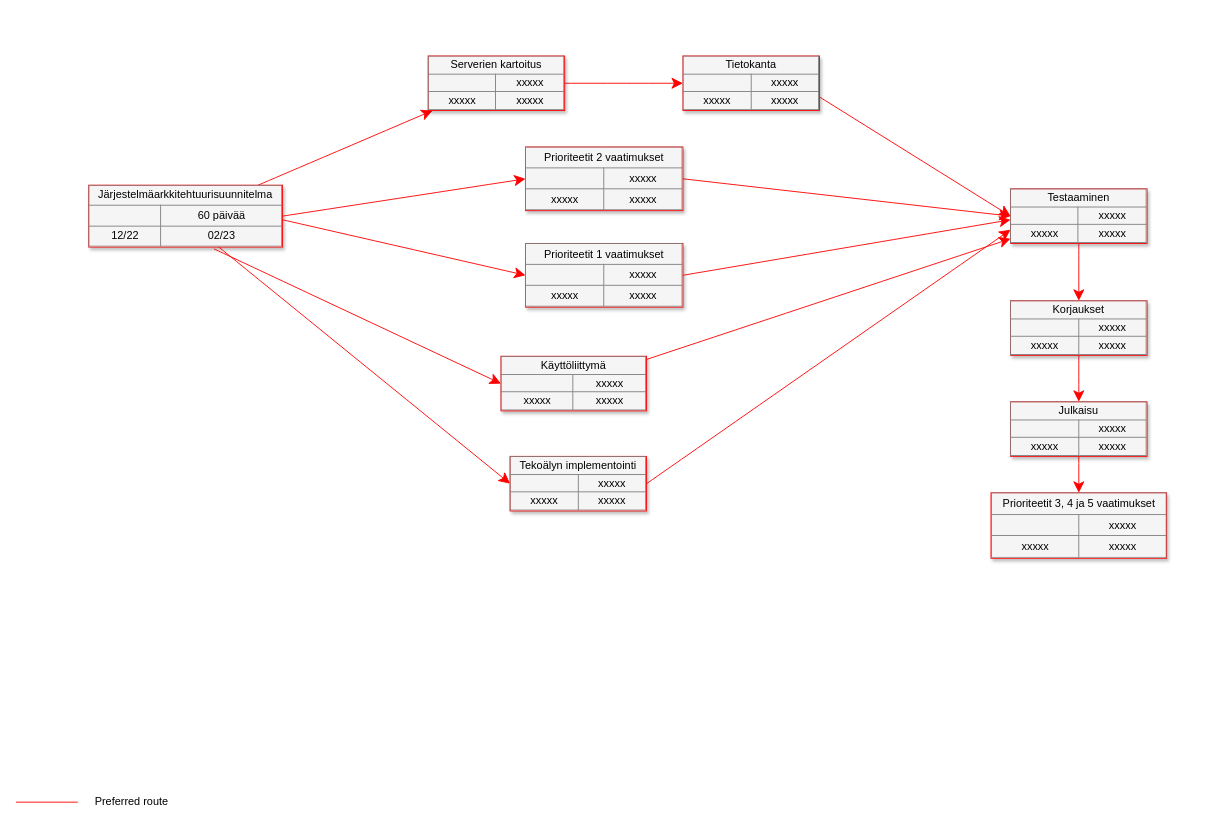
Above: UML/SW ENG course/precedence diagram.drawio in DeveloperLauri/UML-charts-draw.io (draw.io), before the change. Source tidied: cells renumbered, new cells numbered last; positions are measured from the earlier drawing's top-left corner, leaving out a move shared by most shapes. Both pictures are drawn from the tidied source at 91%, with x=0, y=0 at pixel (15, 56).
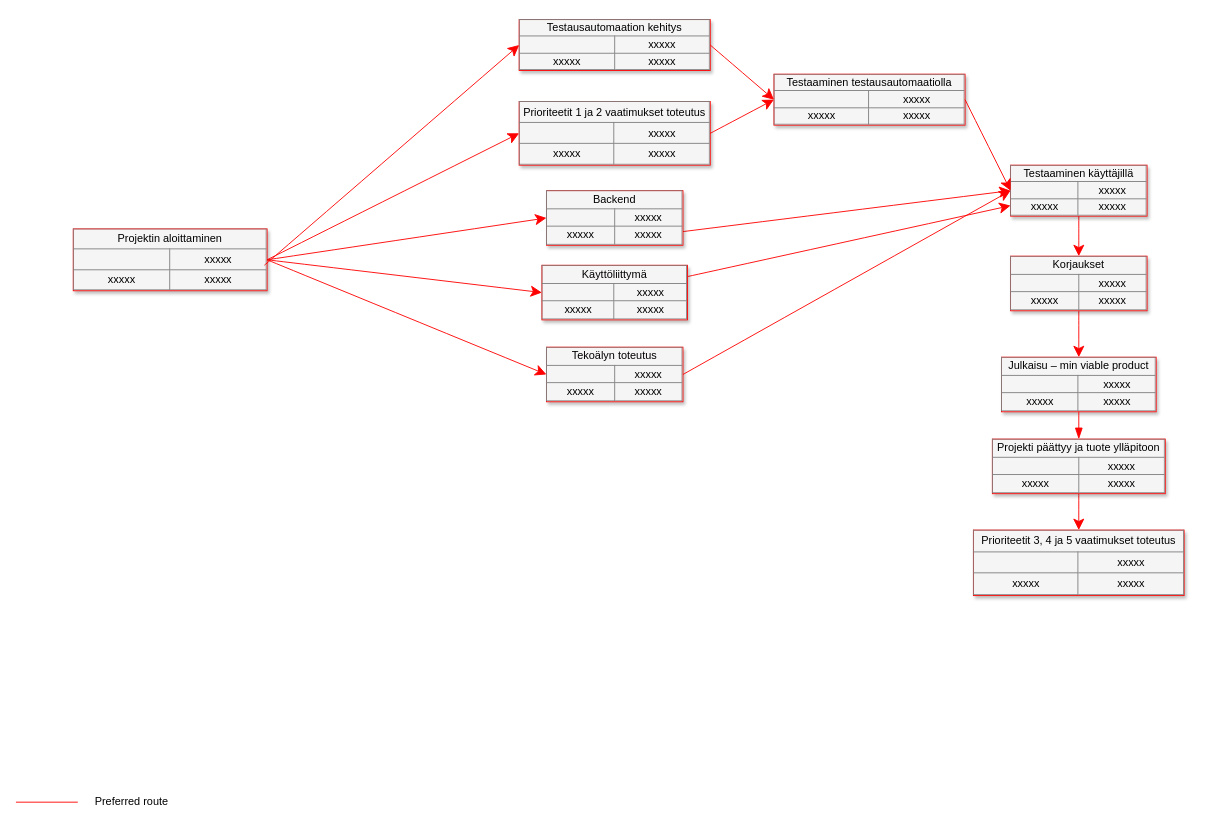
After the change.

What changed in the source:
```diff
@@
-    <mxCell id="2" style="edgeStyle=none;curved=1;html=1;startSize=10;endArrow=classic;endFill=1;endSize=10;strokeColor=#FF0000;strokeWidth=1;fontSize=12;" parent="1" edge="1" source="3" target="14">
+    <mxCell id="2" style="edgeStyle=none;curved=1;html=1;startSize=10;endArrow=classic;endFill=1;endSize=10;strokeColor=#FF0000;strokeWidth=1;fontSize=12;entryX=0;entryY=0.5;entryDx=0;entryDy=0;exitX=1;exitY=0.5;exitDx=0;exitDy=0;" parent="1" edge="1" source="3" target="12">
       <mxGeometry relative="1" as="geometry" />
     </mxCell>
-    <mxCell id="3" value="&lt;table border=&quot;1&quot; width=&quot;100%&quot; style=&quot;width: 100% ; height: 100% ; border-collapse: collapse&quot;&gt;&lt;tbody&gt;&lt;tr&gt;&lt;td colspan=&quot;2&quot; align=&quot;center&quot;&gt;Järjestelmäarkkitehtuurisuunnitelma&lt;/td&gt;&lt;/tr&gt;&lt;tr&gt;&lt;td align=&quot;center&quot;&gt;&lt;br&gt;&lt;/td&gt;&lt;td align=&quot;center&quot;&gt;&lt;font style=&quot;font-size: 12px;&quot;&gt;60 päivää&lt;/font&gt;&lt;/td&gt;&lt;/tr&gt;&lt;tr&gt;&lt;td align=&quot;center&quot;&gt;12/22&lt;/td&gt;&lt;td align=&quot;center&quot;&gt;02/23&lt;/td&gt;&lt;/tr&gt;&lt;/tbody&gt;&lt;/table&gt;" style="text;html=1;strokeColor=#FF0000;fillColor=#f5f5f5;overflow=fill;rounded=0;shadow=1;fontSize=12;align=center;" parent="1" vertex="1">
-      <mxGeometry x="80" y="142" width="213" height="68" as="geometry" />
+    <mxCell id="3" value="&lt;table border=&quot;1&quot; width=&quot;100%&quot; style=&quot;width: 100% ; height: 100% ; border-collapse: collapse&quot;&gt;&lt;tbody&gt;&lt;tr&gt;&lt;td colspan=&quot;2&quot; align=&quot;center&quot;&gt;Projektin aloittaminen&lt;/td&gt;&lt;/tr&gt;&lt;tr&gt;&lt;td align=&quot;center&quot;&gt;&lt;br&gt;&lt;/td&gt;&lt;td align=&quot;center&quot;&gt;xxxxx&lt;br&gt;&lt;/td&gt;&lt;/tr&gt;&lt;tr&gt;&lt;td align=&quot;center&quot;&gt;xxxxx&lt;br&gt;&lt;/td&gt;&lt;td align=&quot;center&quot;&gt;xxxxx&lt;br&gt;&lt;/td&gt;&lt;/tr&gt;&lt;/tbody&gt;&lt;/table&gt;" style="text;html=1;strokeColor=#FF0000;fillColor=#f5f5f5;overflow=fill;rounded=0;shadow=1;fontSize=12;align=center;" parent="1" vertex="1">
+      <mxGeometry x="63" y="190" width="213" height="68" as="geometry" />
     </mxCell>
-    <mxCell id="4" value="&lt;table border=&quot;1&quot; width=&quot;100%&quot; style=&quot;width: 100% ; height: 100% ; border-collapse: collapse&quot;&gt;&lt;tbody&gt;&lt;tr&gt;&lt;td colspan=&quot;2&quot; align=&quot;center&quot;&gt;Prioriteetit 3, 4 ja 5 vaatimukset&lt;/td&gt;&lt;/tr&gt;&lt;tr&gt;&lt;td align=&quot;center&quot;&gt;&lt;br&gt;&lt;/td&gt;&lt;td align=&quot;center&quot;&gt;xxxxx&lt;br&gt;&lt;/td&gt;&lt;/tr&gt;&lt;tr&gt;&lt;td align=&quot;center&quot;&gt;xxxxx&lt;br&gt;&lt;/td&gt;&lt;td align=&quot;center&quot;&gt;xxxxx&lt;br&gt;&lt;/td&gt;&lt;/tr&gt;&lt;/tbody&gt;&lt;/table&gt;" style="text;html=1;strokeColor=#FF0000;fillColor=#f5f5f5;overflow=fill;rounded=0;shadow=1;fontSize=12;align=center;" parent="1" vertex="1">
-      <mxGeometry x="1071.5" y="480" width="193" height="72" as="geometry" />
+    <mxCell id="4" value="&lt;table border=&quot;1&quot; width=&quot;100%&quot; style=&quot;width: 100% ; height: 100% ; border-collapse: collapse&quot;&gt;&lt;tbody&gt;&lt;tr&gt;&lt;td colspan=&quot;2&quot; align=&quot;center&quot;&gt;Prioriteetit 3, 4 ja 5 vaatimukset toteutus&lt;/td&gt;&lt;/tr&gt;&lt;tr&gt;&lt;td align=&quot;center&quot;&gt;&lt;br&gt;&lt;/td&gt;&lt;td align=&quot;center&quot;&gt;xxxxx&lt;br&gt;&lt;/td&gt;&lt;/tr&gt;&lt;tr&gt;&lt;td align=&quot;center&quot;&gt;xxxxx&lt;br&gt;&lt;/td&gt;&lt;td align=&quot;center&quot;&gt;xxxxx&lt;br&gt;&lt;/td&gt;&lt;/tr&gt;&lt;/tbody&gt;&lt;/table&gt;" style="text;html=1;strokeColor=#FF0000;fillColor=#f5f5f5;overflow=fill;rounded=0;shadow=1;fontSize=12;align=center;" parent="1" vertex="1">
+      <mxGeometry x="1052.2" y="521" width="231.5" height="72" as="geometry" />
     </mxCell>
-    <mxCell id="5" style="edgeStyle=none;curved=1;html=1;startSize=10;endArrow=classic;endFill=1;endSize=10;strokeColor=#FF0000;strokeWidth=1;fontSize=12;" parent="1" edge="1" source="6" target="4">
+    <mxCell id="5" style="edgeStyle=none;curved=1;html=1;startSize=10;endArrow=classic;endFill=1;endSize=10;strokeColor=#FF0000;strokeWidth=1;fontSize=12;startArrow=none;" parent="1" edge="1" source="30" target="4">
       <mxGeometry relative="1" as="geometry" />
     </mxCell>
-    <mxCell id="6" value="&lt;table border=&quot;1&quot; width=&quot;100%&quot; style=&quot;width: 100% ; height: 100% ; border-collapse: collapse&quot;&gt;&lt;tbody&gt;&lt;tr&gt;&lt;td colspan=&quot;2&quot; align=&quot;center&quot;&gt;Julkaisu&lt;/td&gt;&lt;/tr&gt;&lt;tr&gt;&lt;td align=&quot;center&quot;&gt;&lt;br&gt;&lt;/td&gt;&lt;td align=&quot;center&quot;&gt;xxxxx&lt;br&gt;&lt;/td&gt;&lt;/tr&gt;&lt;tr&gt;&lt;td align=&quot;center&quot;&gt;xxxxx&lt;br&gt;&lt;/td&gt;&lt;td align=&quot;center&quot;&gt;xxxxx&lt;br&gt;&lt;/td&gt;&lt;/tr&gt;&lt;/tbody&gt;&lt;/table&gt;" style="text;html=1;strokeColor=#FF0000;fillColor=#f5f5f5;overflow=fill;rounded=0;shadow=1;fontSize=12;align=center;" parent="1" vertex="1">
-      <mxGeometry x="1093" y="380" width="150" height="60" as="geometry" />
+    <mxCell id="6" value="&lt;table border=&quot;1&quot; width=&quot;100%&quot; style=&quot;width: 100% ; height: 100% ; border-collapse: collapse&quot;&gt;&lt;tbody&gt;&lt;tr&gt;&lt;td colspan=&quot;2&quot; align=&quot;center&quot;&gt;Julkaisu – min viable product&lt;/td&gt;&lt;/tr&gt;&lt;tr&gt;&lt;td align=&quot;center&quot;&gt;&lt;br&gt;&lt;/td&gt;&lt;td align=&quot;center&quot;&gt;xxxxx&lt;br&gt;&lt;/td&gt;&lt;/tr&gt;&lt;tr&gt;&lt;td align=&quot;center&quot;&gt;xxxxx&lt;br&gt;&lt;/td&gt;&lt;td align=&quot;center&quot;&gt;xxxxx&lt;br&gt;&lt;/td&gt;&lt;/tr&gt;&lt;/tbody&gt;&lt;/table&gt;" style="text;html=1;strokeColor=#FF0000;fillColor=#f5f5f5;overflow=fill;rounded=0;shadow=1;fontSize=12;align=center;" parent="1" vertex="1">
+      <mxGeometry x="1083" y="331" width="170" height="60" as="geometry" />
     </mxCell>
@@
     <mxCell id="8" value="&lt;table border=&quot;1&quot; width=&quot;100%&quot; style=&quot;width: 100% ; height: 100% ; border-collapse: collapse&quot;&gt;&lt;tbody&gt;&lt;tr&gt;&lt;td colspan=&quot;2&quot; align=&quot;center&quot;&gt;Korjaukset&lt;/td&gt;&lt;/tr&gt;&lt;tr&gt;&lt;td align=&quot;center&quot;&gt;&lt;br&gt;&lt;/td&gt;&lt;td align=&quot;center&quot;&gt;xxxxx&lt;br&gt;&lt;/td&gt;&lt;/tr&gt;&lt;tr&gt;&lt;td align=&quot;center&quot;&gt;xxxxx&lt;br&gt;&lt;/td&gt;&lt;td align=&quot;center&quot;&gt;xxxxx&lt;br&gt;&lt;/td&gt;&lt;/tr&gt;&lt;/tbody&gt;&lt;/table&gt;" style="text;html=1;strokeColor=#FF0000;fillColor=#f5f5f5;overflow=fill;rounded=0;shadow=1;fontSize=12;align=center;" parent="1" vertex="1">
-      <mxGeometry x="1093" y="269" width="150" height="60" as="geometry" />
+      <mxGeometry x="1093" y="220" width="150" height="60" as="geometry" />
     </mxCell>
@@
-    <mxCell id="10" value="&lt;table border=&quot;1&quot; width=&quot;100%&quot; style=&quot;width: 100% ; height: 100% ; border-collapse: collapse&quot;&gt;&lt;tbody&gt;&lt;tr&gt;&lt;td colspan=&quot;2&quot; align=&quot;center&quot;&gt;&lt;font style=&quot;font-size: 12px&quot;&gt;Testaaminen&lt;/font&gt;&lt;/td&gt;&lt;/tr&gt;&lt;tr&gt;&lt;td align=&quot;center&quot;&gt;&lt;br&gt;&lt;/td&gt;&lt;td align=&quot;center&quot;&gt;xxxxx&lt;br&gt;&lt;/td&gt;&lt;/tr&gt;&lt;tr&gt;&lt;td align=&quot;center&quot;&gt;xxxxx&lt;br&gt;&lt;/td&gt;&lt;td align=&quot;center&quot;&gt;xxxxx&lt;br&gt;&lt;/td&gt;&lt;/tr&gt;&lt;/tbody&gt;&lt;/table&gt;" style="text;html=1;strokeColor=#FF0000;fillColor=#f5f5f5;overflow=fill;rounded=0;shadow=1;fontSize=12;align=center;" parent="1" vertex="1">
-      <mxGeometry x="1093" y="146" width="150" height="60" as="geometry" />
+    <mxCell id="10" value="&lt;table border=&quot;1&quot; width=&quot;100%&quot; style=&quot;width: 100% ; height: 100% ; border-collapse: collapse&quot;&gt;&lt;tbody&gt;&lt;tr&gt;&lt;td colspan=&quot;2&quot; align=&quot;center&quot;&gt;&lt;font style=&quot;font-size: 12px&quot;&gt;Testaaminen käyttäjillä&lt;/font&gt;&lt;/td&gt;&lt;/tr&gt;&lt;tr&gt;&lt;td align=&quot;center&quot;&gt;&lt;br&gt;&lt;/td&gt;&lt;td align=&quot;center&quot;&gt;xxxxx&lt;br&gt;&lt;/td&gt;&lt;/tr&gt;&lt;tr&gt;&lt;td align=&quot;center&quot;&gt;xxxxx&lt;br&gt;&lt;/td&gt;&lt;td align=&quot;center&quot;&gt;xxxxx&lt;br&gt;&lt;/td&gt;&lt;/tr&gt;&lt;/tbody&gt;&lt;/table&gt;" style="text;html=1;strokeColor=#FF0000;fillColor=#f5f5f5;overflow=fill;rounded=0;shadow=1;fontSize=12;align=center;" parent="1" vertex="1">
+      <mxGeometry x="1093" y="120" width="150" height="56" as="geometry" />
     </mxCell>
@@
-    <mxCell id="12" value="&lt;table border=&quot;1&quot; width=&quot;100%&quot; style=&quot;width: 100% ; height: 100% ; border-collapse: collapse&quot;&gt;&lt;tbody&gt;&lt;tr&gt;&lt;td colspan=&quot;2&quot; align=&quot;center&quot;&gt;&lt;font style=&quot;font-size: 12px&quot;&gt;Tietokanta&lt;/font&gt;&lt;/td&gt;&lt;/tr&gt;&lt;tr&gt;&lt;td align=&quot;center&quot;&gt;&lt;br&gt;&lt;/td&gt;&lt;td align=&quot;center&quot;&gt;xxxxx&lt;br&gt;&lt;/td&gt;&lt;/tr&gt;&lt;tr&gt;&lt;td align=&quot;center&quot;&gt;xxxxx&lt;br&gt;&lt;/td&gt;&lt;td align=&quot;center&quot;&gt;xxxxx&lt;br&gt;&lt;/td&gt;&lt;/tr&gt;&lt;/tbody&gt;&lt;/table&gt;" style="text;html=1;strokeColor=#FF0000;fillColor=#f5f5f5;overflow=fill;rounded=0;shadow=1;fontSize=12;align=center;" parent="1" vertex="1">
-      <mxGeometry x="733" width="150" height="60" as="geometry" />
+    <mxCell id="12" value="&lt;table border=&quot;1&quot; width=&quot;100%&quot; style=&quot;width: 100% ; height: 100% ; border-collapse: collapse&quot;&gt;&lt;tbody&gt;&lt;tr&gt;&lt;td colspan=&quot;2&quot; align=&quot;center&quot;&gt;Backend&lt;/td&gt;&lt;/tr&gt;&lt;tr&gt;&lt;td align=&quot;center&quot;&gt;&lt;br&gt;&lt;/td&gt;&lt;td align=&quot;center&quot;&gt;xxxxx&lt;br&gt;&lt;/td&gt;&lt;/tr&gt;&lt;tr&gt;&lt;td align=&quot;center&quot;&gt;xxxxx&lt;br&gt;&lt;/td&gt;&lt;td align=&quot;center&quot;&gt;xxxxx&lt;br&gt;&lt;/td&gt;&lt;/tr&gt;&lt;/tbody&gt;&lt;/table&gt;" style="text;html=1;strokeColor=#FF0000;fillColor=#f5f5f5;overflow=fill;rounded=0;shadow=1;fontSize=12;align=center;" parent="1" vertex="1">
+      <mxGeometry x="583" y="148" width="150" height="60" as="geometry" />
     </mxCell>
-    <mxCell id="13" style="edgeStyle=none;curved=1;html=1;startSize=10;endArrow=classic;endFill=1;endSize=10;strokeColor=#FF0000;strokeWidth=1;fontSize=12;" parent="1" edge="1" source="14" target="12">
-      <mxGeometry relative="1" as="geometry" />
-    </mxCell>
-    <mxCell id="14" value="&lt;table border=&quot;1&quot; width=&quot;100%&quot; style=&quot;width: 100% ; height: 100% ; border-collapse: collapse&quot;&gt;&lt;tbody&gt;&lt;tr&gt;&lt;td colspan=&quot;2&quot; align=&quot;center&quot;&gt;Serverien kartoitus&lt;/td&gt;&lt;/tr&gt;&lt;tr&gt;&lt;td align=&quot;center&quot;&gt;&lt;br&gt;&lt;/td&gt;&lt;td align=&quot;center&quot;&gt;xxxxx&lt;br&gt;&lt;/td&gt;&lt;/tr&gt;&lt;tr&gt;&lt;td align=&quot;center&quot;&gt;xxxxx&lt;/td&gt;&lt;td align=&quot;center&quot;&gt;xxxxx&lt;br&gt;&lt;/td&gt;&lt;/tr&gt;&lt;/tbody&gt;&lt;/table&gt;" style="text;html=1;strokeColor=#FF0000;fillColor=#f5f5f5;overflow=fill;rounded=0;shadow=1;fontSize=12;align=center;" parent="1" vertex="1">
-      <mxGeometry x="453" width="150" height="60" as="geometry" />
-    </mxCell>
-    <mxCell id="15" value="&lt;table border=&quot;1&quot; width=&quot;100%&quot; style=&quot;width: 100% ; height: 100% ; border-collapse: collapse&quot;&gt;&lt;tbody&gt;&lt;tr&gt;&lt;td colspan=&quot;2&quot; align=&quot;center&quot;&gt;Prioriteetit 1 vaatimukset&lt;/td&gt;&lt;/tr&gt;&lt;tr&gt;&lt;td align=&quot;center&quot;&gt;&lt;br&gt;&lt;/td&gt;&lt;td align=&quot;center&quot;&gt;xxxxx&lt;br&gt;&lt;/td&gt;&lt;/tr&gt;&lt;tr&gt;&lt;td align=&quot;center&quot;&gt;xxxxx&lt;br&gt;&lt;/td&gt;&lt;td align=&quot;center&quot;&gt;xxxxx&lt;br&gt;&lt;/td&gt;&lt;/tr&gt;&lt;/tbody&gt;&lt;/table&gt;" style="text;html=1;strokeColor=#FF0000;fillColor=#f5f5f5;overflow=fill;rounded=0;shadow=1;fontSize=12;align=center;" parent="1" vertex="1">
-      <mxGeometry x="560" y="206" width="173" height="70" as="geometry" />
-    </mxCell>
@@
     <mxCell id="17" value="&lt;table border=&quot;1&quot; width=&quot;100%&quot; style=&quot;width: 100% ; height: 100% ; border-collapse: collapse&quot;&gt;&lt;tbody&gt;&lt;tr&gt;&lt;td colspan=&quot;2&quot; align=&quot;center&quot;&gt;Käyttöliittymä&lt;/td&gt;&lt;/tr&gt;&lt;tr&gt;&lt;td align=&quot;center&quot;&gt;&lt;br&gt;&lt;/td&gt;&lt;td align=&quot;center&quot;&gt;xxxxx&lt;br&gt;&lt;/td&gt;&lt;/tr&gt;&lt;tr&gt;&lt;td align=&quot;center&quot;&gt;xxxxx&lt;br&gt;&lt;/td&gt;&lt;td align=&quot;center&quot;&gt;xxxxx&lt;br&gt;&lt;/td&gt;&lt;/tr&gt;&lt;/tbody&gt;&lt;/table&gt;" style="text;html=1;strokeColor=#FF0000;fillColor=#f5f5f5;overflow=fill;rounded=0;shadow=1;fontSize=12;align=center;" parent="1" vertex="1">
-      <mxGeometry x="533" y="330" width="160" height="60" as="geometry" />
+      <mxGeometry x="578" y="230" width="160" height="60" as="geometry" />
     </mxCell>
@@
-    <mxCell id="20" style="edgeStyle=none;curved=1;html=1;startSize=10;endArrow=classic;endFill=1;endSize=10;strokeColor=#FF0000;strokeWidth=1;fontSize=12;entryX=0;entryY=0.5;entryDx=0;entryDy=0;exitX=0.646;exitY=1.029;exitDx=0;exitDy=0;exitPerimeter=0;" parent="1" edge="1" source="3" target="17">
+    <mxCell id="20" style="edgeStyle=none;curved=1;html=1;startSize=10;endArrow=classic;endFill=1;endSize=10;strokeColor=#FF0000;strokeWidth=1;fontSize=12;entryX=0;entryY=0.5;entryDx=0;entryDy=0;exitX=1;exitY=0.5;exitDx=0;exitDy=0;" parent="1" edge="1" source="3" target="17">
       <mxGeometry relative="1" as="geometry" />
     </mxCell>
-    <mxCell id="21" style="edgeStyle=none;curved=1;html=1;startSize=10;endArrow=classic;endFill=1;endSize=10;strokeColor=#FF0000;strokeWidth=1;fontSize=12;exitX=1;exitY=0.5;exitDx=0;exitDy=0;entryX=0;entryY=0.5;entryDx=0;entryDy=0;startArrow=none;" parent="1" edge="1" source="22" target="10">
-      <mxGeometry relative="1" as="geometry" />
-    </mxCell>
-    <mxCell id="22" value="&lt;table border=&quot;1&quot; width=&quot;100%&quot; style=&quot;width: 100% ; height: 100% ; border-collapse: collapse&quot;&gt;&lt;tbody&gt;&lt;tr&gt;&lt;td colspan=&quot;2&quot; align=&quot;center&quot;&gt;Prioriteetit 2 vaatimukset&lt;/td&gt;&lt;/tr&gt;&lt;tr&gt;&lt;td align=&quot;center&quot;&gt;&lt;br&gt;&lt;/td&gt;&lt;td align=&quot;center&quot;&gt;xxxxx&lt;br&gt;&lt;/td&gt;&lt;/tr&gt;&lt;tr&gt;&lt;td align=&quot;center&quot;&gt;xxxxx&lt;br&gt;&lt;/td&gt;&lt;td align=&quot;center&quot;&gt;xxxxx&lt;br&gt;&lt;/td&gt;&lt;/tr&gt;&lt;/tbody&gt;&lt;/table&gt;" style="text;html=1;strokeColor=#FF0000;fillColor=#f5f5f5;overflow=fill;rounded=0;shadow=1;fontSize=12;align=center;" parent="1" vertex="1">
-      <mxGeometry x="560" y="100" width="173" height="70" as="geometry" />
+    <mxCell id="22" value="&lt;table border=&quot;1&quot; width=&quot;100%&quot; style=&quot;width: 100% ; height: 100% ; border-collapse: collapse&quot;&gt;&lt;tbody&gt;&lt;tr&gt;&lt;td colspan=&quot;2&quot; align=&quot;center&quot;&gt;Prioriteetit 1 ja 2 vaatimukset toteutus&lt;/td&gt;&lt;/tr&gt;&lt;tr&gt;&lt;td align=&quot;center&quot;&gt;&lt;br&gt;&lt;/td&gt;&lt;td align=&quot;center&quot;&gt;xxxxx&lt;br&gt;&lt;/td&gt;&lt;/tr&gt;&lt;tr&gt;&lt;td align=&quot;center&quot;&gt;xxxxx&lt;br&gt;&lt;/td&gt;&lt;td align=&quot;center&quot;&gt;xxxxx&lt;br&gt;&lt;/td&gt;&lt;/tr&gt;&lt;/tbody&gt;&lt;/table&gt;" style="text;html=1;strokeColor=#FF0000;fillColor=#f5f5f5;overflow=fill;rounded=0;shadow=1;fontSize=12;align=center;" parent="1" vertex="1">
+      <mxGeometry x="553" y="50" width="210" height="70" as="geometry" />
     </mxCell>
-    <mxCell id="23" value="&lt;table border=&quot;1&quot; width=&quot;100%&quot; style=&quot;width: 100% ; height: 100% ; border-collapse: collapse&quot;&gt;&lt;tbody&gt;&lt;tr&gt;&lt;td colspan=&quot;2&quot; align=&quot;center&quot;&gt;Tekoälyn implementointi&lt;/td&gt;&lt;/tr&gt;&lt;tr&gt;&lt;td align=&quot;center&quot;&gt;&lt;br&gt;&lt;/td&gt;&lt;td align=&quot;center&quot;&gt;xxxxx&lt;br&gt;&lt;/td&gt;&lt;/tr&gt;&lt;tr&gt;&lt;td align=&quot;center&quot;&gt;xxxxx&lt;br&gt;&lt;/td&gt;&lt;td align=&quot;center&quot;&gt;xxxxx&lt;br&gt;&lt;/td&gt;&lt;/tr&gt;&lt;/tbody&gt;&lt;/table&gt;" style="text;html=1;strokeColor=#FF0000;fillColor=#f5f5f5;overflow=fill;rounded=0;shadow=1;fontSize=12;align=center;" parent="1" vertex="1">
-      <mxGeometry x="543" y="440" width="150" height="60" as="geometry" />
+    <mxCell id="23" value="&lt;table border=&quot;1&quot; width=&quot;100%&quot; style=&quot;width: 100% ; height: 100% ; border-collapse: collapse&quot;&gt;&lt;tbody&gt;&lt;tr&gt;&lt;td colspan=&quot;2&quot; align=&quot;center&quot;&gt;Tekoälyn toteutus&lt;/td&gt;&lt;/tr&gt;&lt;tr&gt;&lt;td align=&quot;center&quot;&gt;&lt;br&gt;&lt;/td&gt;&lt;td align=&quot;center&quot;&gt;xxxxx&lt;br&gt;&lt;/td&gt;&lt;/tr&gt;&lt;tr&gt;&lt;td align=&quot;center&quot;&gt;xxxxx&lt;br&gt;&lt;/td&gt;&lt;td align=&quot;center&quot;&gt;xxxxx&lt;br&gt;&lt;/td&gt;&lt;/tr&gt;&lt;/tbody&gt;&lt;/table&gt;" style="text;html=1;strokeColor=#FF0000;fillColor=#f5f5f5;overflow=fill;rounded=0;shadow=1;fontSize=12;align=center;" parent="1" vertex="1">
+      <mxGeometry x="583" y="320" width="150" height="60" as="geometry" />
     </mxCell>
-    <mxCell id="24" style="edgeStyle=none;curved=1;html=1;startSize=10;endArrow=classic;endFill=1;endSize=10;strokeColor=#FF0000;strokeWidth=1;fontSize=12;exitX=1;exitY=0.5;exitDx=0;exitDy=0;entryX=0;entryY=0.75;entryDx=0;entryDy=0;" parent="1" edge="1" source="23" target="10">
+    <mxCell id="24" style="edgeStyle=none;curved=1;html=1;startSize=10;endArrow=classic;endFill=1;endSize=10;strokeColor=#FF0000;strokeWidth=1;fontSize=12;exitX=1;exitY=0.5;exitDx=0;exitDy=0;entryX=0;entryY=0.5;entryDx=0;entryDy=0;" parent="1" edge="1" source="23" target="10">
       <mxGeometry relative="1" as="geometry" />
     </mxCell>
-    <mxCell id="25" style="edgeStyle=none;curved=1;html=1;startSize=10;endArrow=classic;endFill=1;endSize=10;strokeColor=#FF0000;strokeWidth=1;fontSize=12;entryX=0;entryY=0.5;entryDx=0;entryDy=0;exitX=0.671;exitY=1;exitDx=0;exitDy=0;exitPerimeter=0;" parent="1" edge="1" source="3" target="23">
+    <mxCell id="25" style="edgeStyle=none;curved=1;html=1;startSize=10;endArrow=classic;endFill=1;endSize=10;strokeColor=#FF0000;strokeWidth=1;fontSize=12;entryX=0;entryY=0.5;entryDx=0;entryDy=0;exitX=1;exitY=0.5;exitDx=0;exitDy=0;" parent="1" edge="1" source="3" target="23">
       <mxGeometry relative="1" as="geometry" />
     </mxCell>
-    <mxCell id="26" style="edgeStyle=none;curved=1;html=1;startSize=10;endArrow=classic;endFill=1;endSize=10;strokeColor=#FF0000;strokeWidth=1;fontSize=12;exitX=1;exitY=0.5;exitDx=0;exitDy=0;startArrow=none;" parent="1" edge="1" source="15">
-      <mxGeometry relative="1" as="geometry">
-        <mxPoint x="1093" y="180" as="targetPoint" />
-      </mxGeometry>
-    </mxCell>
-    <mxCell id="27" style="edgeStyle=none;curved=1;html=1;startSize=10;endArrow=classic;endFill=1;endSize=10;strokeColor=#FF0000;strokeWidth=1;fontSize=12;entryX=0;entryY=0.5;entryDx=0;entryDy=0;" parent="1" edge="1" target="15">
-      <mxGeometry relative="1" as="geometry">
-        <mxPoint x="293" y="180" as="sourcePoint" />
-      </mxGeometry>
-    </mxCell>
+    <mxCell id="29" style="edgeStyle=none;curved=1;html=1;startSize=10;endArrow=classic;endFill=1;endSize=10;strokeColor=#FF0000;strokeWidth=1;fontSize=12;exitX=1;exitY=0.5;exitDx=0;exitDy=0;entryX=0;entryY=0.5;entryDx=0;entryDy=0;startArrow=none;" parent="1" edge="1" source="22" target="32">
+      <mxGeometry relative="1" as="geometry" />
+    </mxCell>
@@
+    <mxCell id="30" value="&lt;table border=&quot;1&quot; width=&quot;100%&quot; style=&quot;width: 100% ; height: 100% ; border-collapse: collapse&quot;&gt;&lt;tbody&gt;&lt;tr&gt;&lt;td colspan=&quot;2&quot; align=&quot;center&quot;&gt;Projekti päättyy ja tuote ylläpitoon&lt;/td&gt;&lt;/tr&gt;&lt;tr&gt;&lt;td align=&quot;center&quot;&gt;&lt;br&gt;&lt;/td&gt;&lt;td align=&quot;center&quot;&gt;xxxxx&lt;br&gt;&lt;/td&gt;&lt;/tr&gt;&lt;tr&gt;&lt;td align=&quot;center&quot;&gt;xxxxx&lt;br&gt;&lt;/td&gt;&lt;td align=&quot;center&quot;&gt;xxxxx&lt;br&gt;&lt;/td&gt;&lt;/tr&gt;&lt;/tbody&gt;&lt;/table&gt;" style="text;html=1;strokeColor=#FF0000;fillColor=#f5f5f5;overflow=fill;rounded=0;shadow=1;fontSize=12;align=center;" parent="1" vertex="1">
+      <mxGeometry x="1073" y="421" width="190" height="60" as="geometry" />
+    </mxCell>
+    <mxCell id="31" style="edgeStyle=none;curved=1;html=1;startSize=10;endArrow=blockThin;endFill=1;endSize=10;strokeColor=#FF0000;strokeWidth=1;fontSize=12;" parent="1" edge="1" source="6" target="30">
+      <mxGeometry relative="1" as="geometry" />
+    </mxCell>
+    <mxCell id="32" value="&lt;table border=&quot;1&quot; width=&quot;100%&quot; style=&quot;width: 100% ; height: 100% ; border-collapse: collapse&quot;&gt;&lt;tbody&gt;&lt;tr&gt;&lt;td colspan=&quot;2&quot; align=&quot;center&quot;&gt;&lt;font style=&quot;font-size: 12px&quot;&gt;Testaaminen testausautomaatiolla&lt;/font&gt;&lt;/td&gt;&lt;/tr&gt;&lt;tr&gt;&lt;td align=&quot;center&quot;&gt;&lt;br&gt;&lt;/td&gt;&lt;td align=&quot;center&quot;&gt;xxxxx&lt;br&gt;&lt;/td&gt;&lt;/tr&gt;&lt;tr&gt;&lt;td align=&quot;center&quot;&gt;xxxxx&lt;br&gt;&lt;/td&gt;&lt;td align=&quot;center&quot;&gt;xxxxx&lt;br&gt;&lt;/td&gt;&lt;/tr&gt;&lt;/tbody&gt;&lt;/table&gt;" style="text;html=1;strokeColor=#FF0000;fillColor=#f5f5f5;overflow=fill;rounded=0;shadow=1;fontSize=12;align=center;" parent="1" vertex="1">
+      <mxGeometry x="833" y="20" width="210" height="56" as="geometry" />
+    </mxCell>
+    <mxCell id="33" value="&lt;table border=&quot;1&quot; width=&quot;100%&quot; style=&quot;width: 100% ; height: 100% ; border-collapse: collapse&quot;&gt;&lt;tbody&gt;&lt;tr&gt;&lt;td colspan=&quot;2&quot; align=&quot;center&quot;&gt;&lt;font style=&quot;font-size: 12px&quot;&gt;Testausautomaation kehitys&lt;/font&gt;&lt;/td&gt;&lt;/tr&gt;&lt;tr&gt;&lt;td align=&quot;center&quot;&gt;&lt;br&gt;&lt;/td&gt;&lt;td align=&quot;center&quot;&gt;xxxxx&lt;br&gt;&lt;/td&gt;&lt;/tr&gt;&lt;tr&gt;&lt;td align=&quot;center&quot;&gt;xxxxx&lt;br&gt;&lt;/td&gt;&lt;td align=&quot;center&quot;&gt;xxxxx&lt;br&gt;&lt;/td&gt;&lt;/tr&gt;&lt;/tbody&gt;&lt;/table&gt;" style="text;html=1;strokeColor=#FF0000;fillColor=#f5f5f5;overflow=fill;rounded=0;shadow=1;fontSize=12;align=center;" parent="1" vertex="1">
+      <mxGeometry x="553" y="-40" width="210" height="56" as="geometry" />
+    </mxCell>
+    <mxCell id="34" style="edgeStyle=none;curved=1;html=1;startSize=10;endArrow=classic;endFill=1;endSize=10;strokeColor=#FF0000;strokeWidth=1;fontSize=12;entryX=0;entryY=0.5;entryDx=0;entryDy=0;exitX=0.986;exitY=0.588;exitDx=0;exitDy=0;exitPerimeter=0;" parent="1" edge="1" source="3" target="33">
+      <mxGeometry relative="1" as="geometry" />
+    </mxCell>
+    <mxCell id="35" style="edgeStyle=none;curved=1;html=1;startSize=10;endArrow=classic;endFill=1;endSize=10;strokeColor=#FF0000;strokeWidth=1;fontSize=12;entryX=0;entryY=0.5;entryDx=0;entryDy=0;exitX=1;exitY=0.5;exitDx=0;exitDy=0;" parent="1" edge="1" source="33" target="32">
+      <mxGeometry relative="1" as="geometry" />
+    </mxCell>
+    <mxCell id="36" style="edgeStyle=none;curved=1;html=1;startSize=10;endArrow=classic;endFill=1;endSize=10;strokeColor=#FF0000;strokeWidth=1;fontSize=12;exitX=1;exitY=0.5;exitDx=0;exitDy=0;entryX=0;entryY=0.5;entryDx=0;entryDy=0;" parent="1" edge="1" source="32" target="10">
+      <mxGeometry relative="1" as="geometry" />
+    </mxCell>
```
